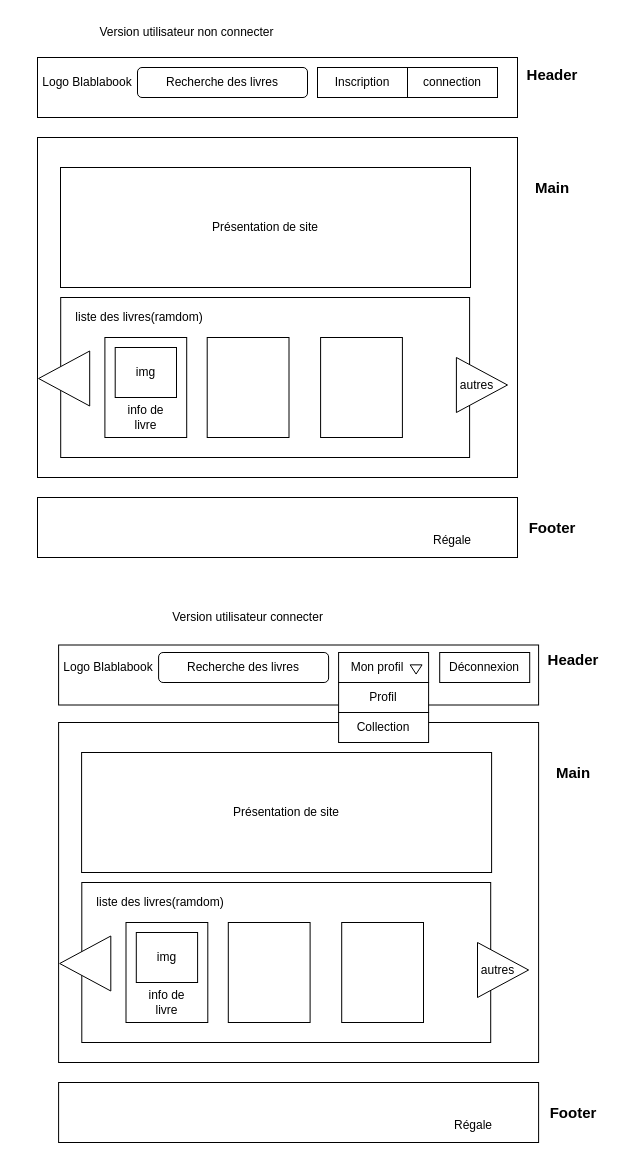
Above: Cahier des charges/wireframe/accueil.drawio in HarukaIZUMI18/Blablabook-Haruka (draw.io), before the change. Source tidied: cells renumbered, new cells numbered last; positions are measured from the earlier drawing's top-left corner, leaving out a move shared by most shapes. Both pictures are drawn from the tidied source at 100%, with x=0, y=0 at pixel (17, 17).
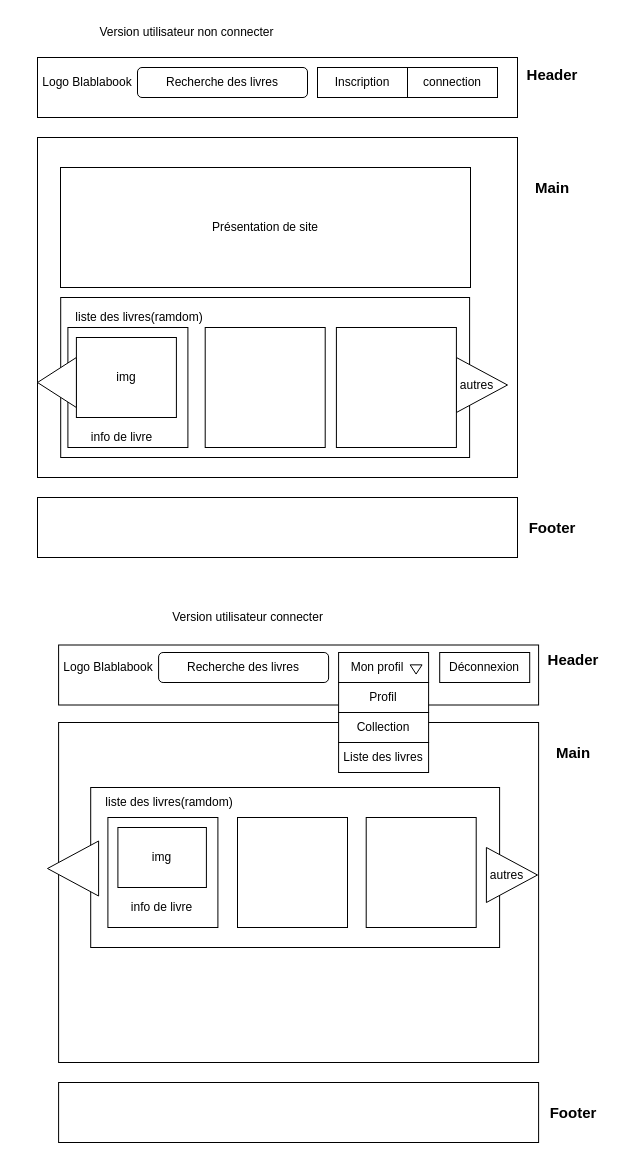
The same diagram, later.

Commit message (it also covers changes not shown here):
modif wireframe accueil / arborescence

The edit, as a diff of the source:
```diff
@@
     <mxCell id="14" style="group;" parent="1" vertex="1">
-      <mxGeometry x="30" y="280" width="460" height="160" as="geometry" />
+      <mxGeometry x="30" y="280" width="494.4" height="160" as="geometry" />
     </mxCell>
@@
-    <mxCell id="17" style="rounded=0;whiteSpace=wrap;html=1;" parent="14" vertex="1">
-      <mxGeometry x="159.7" y="40" width="81.8" height="100" as="geometry" />
-    </mxCell>
-    <mxCell id="18" style="rounded=0;whiteSpace=wrap;html=1;" parent="14" vertex="1">
-      <mxGeometry x="273.1" y="40" width="81.8" height="100" as="geometry" />
-    </mxCell>
@@
     <mxCell id="21" style="group;" parent="14" vertex="1">
-      <mxGeometry x="20.4" y="40" width="81.8" height="100" as="geometry" />
+      <mxGeometry x="20.4" y="40" width="120" height="110" as="geometry" />
     </mxCell>
     <mxCell id="22" style="rounded=0;whiteSpace=wrap;html=1;" parent="21" vertex="1">
-      <mxGeometry x="37" width="81.8" height="100" as="geometry" />
+      <mxGeometry y="-10" width="120" height="120" as="geometry" />
     </mxCell>
     <mxCell id="23" value="info de livre" style="text;html=1;align=center;verticalAlign=middle;whiteSpace=wrap;rounded=0;" parent="21" vertex="1">
-      <mxGeometry x="47.2" y="60" width="61.3" height="40" as="geometry" />
+      <mxGeometry y="90" width="108.5" height="20" as="geometry" />
     </mxCell>
+    <mxCell id="27" value="img" style="rounded=0;whiteSpace=wrap;html=1;" parent="21" vertex="1">
+      <mxGeometry x="8.5" width="100" height="80" as="geometry" />
+    </mxCell>
+    <mxCell id="26" style="triangle;whiteSpace=wrap;html=1;direction=west;" parent="14" vertex="1">
+      <mxGeometry x="-10" y="60" width="38.9" height="50" as="geometry" />
+    </mxCell>
+    <mxCell id="62" style="rounded=0;whiteSpace=wrap;html=1;" parent="14" vertex="1">
+      <mxGeometry x="157.7" y="30" width="120" height="120" as="geometry" />
+    </mxCell>
+    <mxCell id="63" style="rounded=0;whiteSpace=wrap;html=1;" parent="14" vertex="1">
+      <mxGeometry x="288.9" y="30" width="120" height="120" as="geometry" />
+    </mxCell>
@@
-    <mxCell id="25" value="Régale" style="text;html=1;align=center;verticalAlign=middle;whiteSpace=wrap;rounded=0;" parent="1" vertex="1">
-      <mxGeometry x="370" y="505" width="130" height="35" as="geometry" />
-    </mxCell>
-    <mxCell id="26" style="triangle;whiteSpace=wrap;html=1;direction=west;" parent="1" vertex="1">
-      <mxGeometry x="21.1" y="333.5" width="51.1" height="55" as="geometry" />
-    </mxCell>
-    <mxCell id="27" value="img" style="rounded=0;whiteSpace=wrap;html=1;" parent="1" vertex="1">
-      <mxGeometry x="97.7" y="330" width="61.3" height="50" as="geometry" />
-    </mxCell>
@@
     <mxCell id="34" value="&lt;div&gt;&lt;span style=&quot;font-size: 15px;&quot;&gt;&lt;b&gt;Main&lt;/b&gt;&lt;/span&gt;&lt;/div&gt;" style="text;html=1;align=center;verticalAlign=middle;whiteSpace=wrap;rounded=0;" parent="1" vertex="1">
-      <mxGeometry x="511.1" y="735" width="90" height="40" as="geometry" />
+      <mxGeometry x="511.1" y="715" width="90" height="40" as="geometry" />
     </mxCell>
@@
     <mxCell id="39" style="group;" parent="1" vertex="1">
-      <mxGeometry x="51.1" y="865" width="460" height="160" as="geometry" />
+      <mxGeometry x="60" y="770" width="460" height="160" as="geometry" />
     </mxCell>
@@
-    <mxCell id="41" value="liste des livres(ramdom)" style="text;html=1;align=center;verticalAlign=middle;whiteSpace=wrap;rounded=0;" parent="39" vertex="1">
-      <mxGeometry y="5" width="184" height="30" as="geometry" />
-    </mxCell>
-    <mxCell id="42" style="rounded=0;whiteSpace=wrap;html=1;" parent="39" vertex="1">
-      <mxGeometry x="159.7" y="40" width="81.8" height="100" as="geometry" />
-    </mxCell>
-    <mxCell id="43" style="rounded=0;whiteSpace=wrap;html=1;" parent="39" vertex="1">
-      <mxGeometry x="273.1" y="40" width="81.8" height="100" as="geometry" />
-    </mxCell>
@@
     <mxCell id="46" style="group;" parent="39" vertex="1">
-      <mxGeometry x="20.4" y="40" width="81.8" height="100" as="geometry" />
+      <mxGeometry x="20.4" y="40" width="120" height="100" as="geometry" />
     </mxCell>
     <mxCell id="47" style="rounded=0;whiteSpace=wrap;html=1;" parent="46" vertex="1">
-      <mxGeometry x="37" width="81.8" height="100" as="geometry" />
+      <mxGeometry x="10" y="-10" width="110" height="110" as="geometry" />
     </mxCell>
     <mxCell id="48" value="info de livre" style="text;html=1;align=center;verticalAlign=middle;whiteSpace=wrap;rounded=0;" parent="46" vertex="1">
-      <mxGeometry x="47.2" y="60" width="61.3" height="40" as="geometry" />
+      <mxGeometry x="20" y="60" width="88.5" height="40" as="geometry" />
     </mxCell>
-    <mxCell id="49" value="Présentation de site" style="rounded=0;whiteSpace=wrap;html=1;" parent="1" vertex="1">
-      <mxGeometry x="64.1" y="735" width="410" height="120" as="geometry" />
-    </mxCell>
-    <mxCell id="50" value="Régale" style="text;html=1;align=center;verticalAlign=middle;whiteSpace=wrap;rounded=0;" parent="1" vertex="1">
-      <mxGeometry x="391.1" y="1090" width="130" height="35" as="geometry" />
-    </mxCell>
+    <mxCell id="52" value="img" style="rounded=0;whiteSpace=wrap;html=1;" parent="46" vertex="1">
+      <mxGeometry x="20" width="88.5" height="60" as="geometry" />
+    </mxCell>
+    <mxCell id="41" value="liste des livres(ramdom)" style="text;html=1;align=center;verticalAlign=middle;whiteSpace=wrap;rounded=0;" parent="39" vertex="1">
+      <mxGeometry width="184" height="30" as="geometry" />
+    </mxCell>
+    <mxCell id="64" style="rounded=0;whiteSpace=wrap;html=1;" parent="39" vertex="1">
+      <mxGeometry x="160" y="30" width="110" height="110" as="geometry" />
+    </mxCell>
+    <mxCell id="65" style="rounded=0;whiteSpace=wrap;html=1;" parent="39" vertex="1">
+      <mxGeometry x="288.7" y="30" width="110" height="110" as="geometry" />
+    </mxCell>
     <mxCell id="51" style="triangle;whiteSpace=wrap;html=1;direction=west;" parent="1" vertex="1">
-      <mxGeometry x="42.2" y="918.5" width="51.1" height="55" as="geometry" />
+      <mxGeometry x="30" y="823.5" width="51.1" height="55" as="geometry" />
     </mxCell>
-    <mxCell id="52" value="img" style="rounded=0;whiteSpace=wrap;html=1;" parent="1" vertex="1">
-      <mxGeometry x="118.8" y="915" width="61.3" height="50" as="geometry" />
-    </mxCell>
@@
+    <mxCell id="66" value="Liste des livres" style="rounded=0;whiteSpace=wrap;html=1;" parent="1" vertex="1">
+      <mxGeometry x="321.1" y="725" width="90" height="30" as="geometry" />
+    </mxCell>
```
